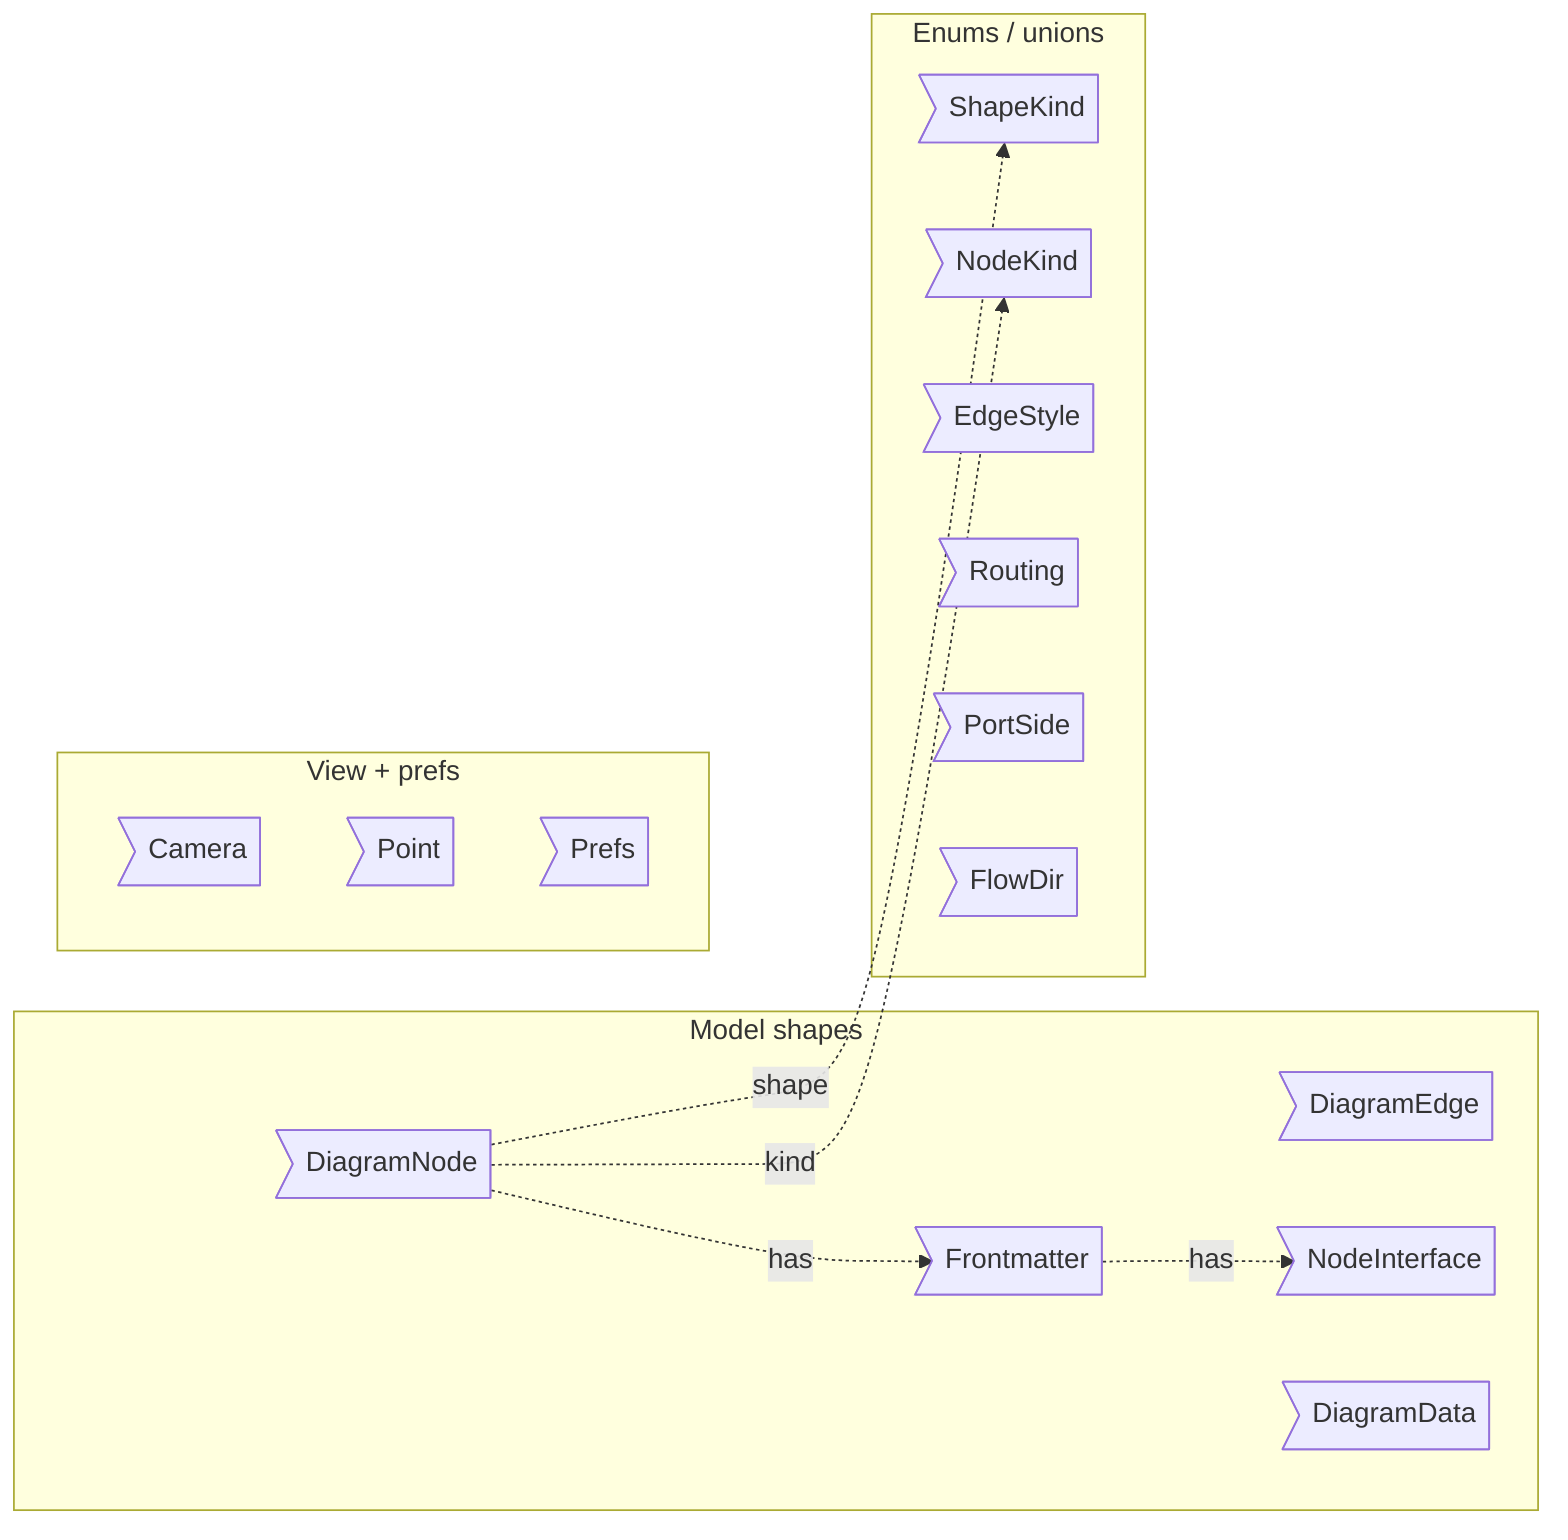
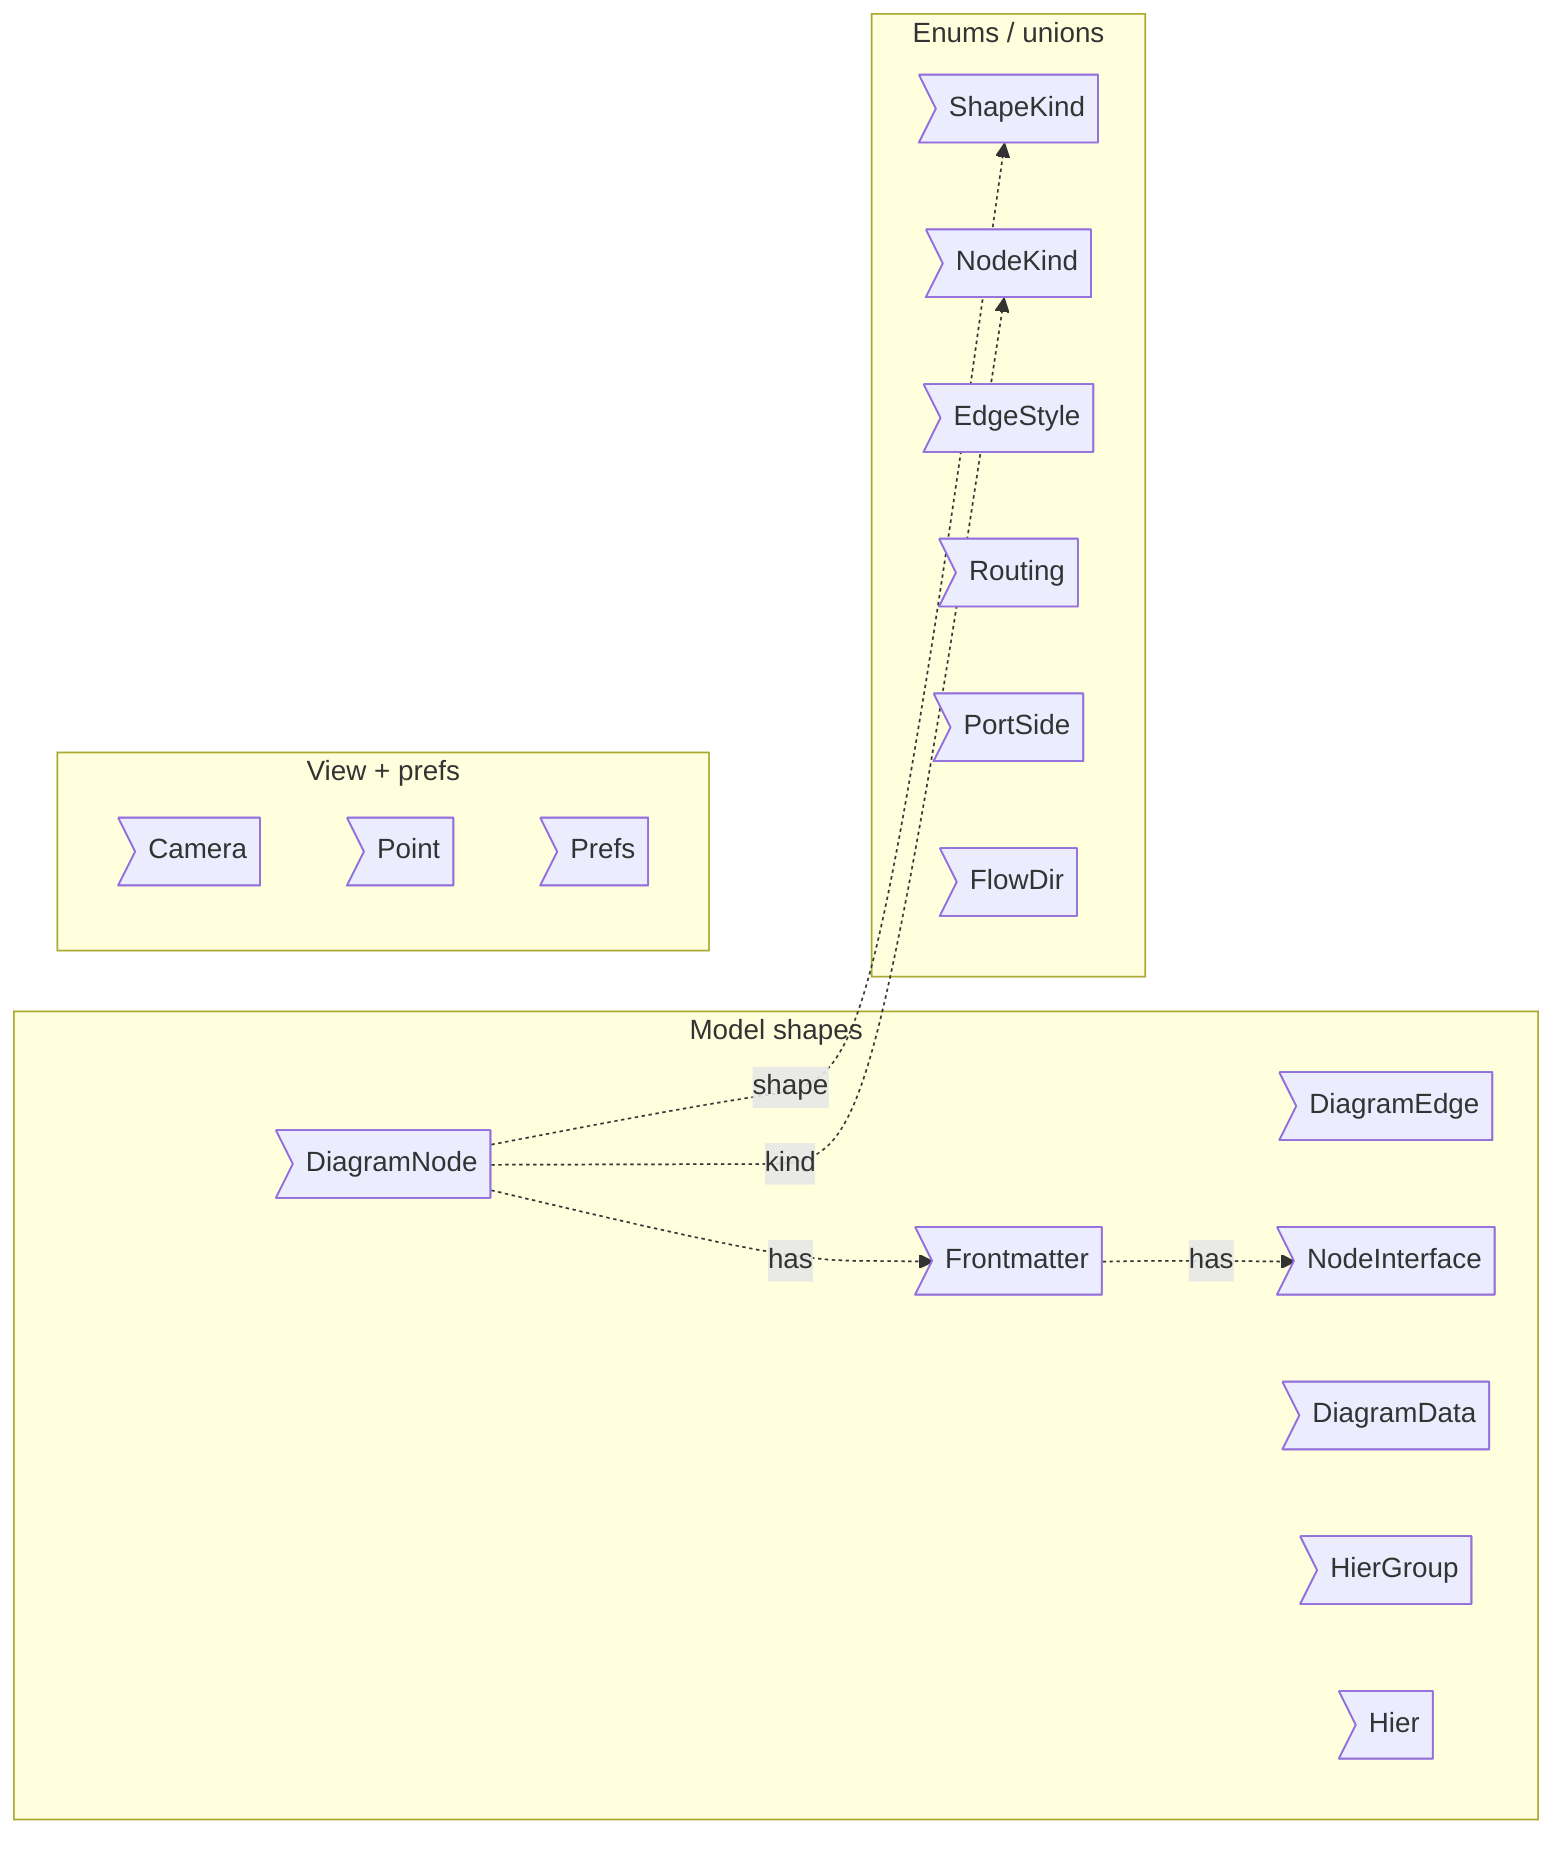
flowchart LR
%% root types

%% src DiagramNode src/core/types/types.ts#DiagramNode
%% kind DiagramNode type
%% fm:meta DiagramNode name=DiagramNode
%% fm:meta DiagramNode desc=one diagram node: id, label, shape, kind, colour, geometry, frontmatter, parent
%% fm:meta DiagramNode state=shape: ShapeKind
%% fm:meta DiagramNode state=kind: NodeKind | null
%% fm:meta DiagramNode state=fm: Frontmatter

%% src DiagramEdge src/core/types/types.ts#DiagramEdge
%% kind DiagramEdge type
%% fm:meta DiagramEdge name=DiagramEdge
%% fm:meta DiagramEdge desc=one edge: from, to, label, style, routing, optional label/bend positions
%% fm:meta DiagramEdge state=style: EdgeStyle
%% fm:meta DiagramEdge state=routing: Routing

%% src NodeInterface src/core/types/types.ts#NodeInterface
%% kind NodeInterface type
%% fm:meta NodeInterface name=NodeInterface
%% fm:meta NodeInterface desc=one public interface a node exposes: name, accepts, returns

%% src Frontmatter src/core/types/types.ts#Frontmatter
%% kind Frontmatter type
%% fm:meta Frontmatter name=Frontmatter
%% fm:meta Frontmatter desc=per-node public-interface metadata: name, description, state, interfaces
%% fm:meta Frontmatter state=interfaces: NodeInterface[]

%% src DiagramData src/core/types/types.ts#DiagramData
%% kind DiagramData type
%% fm:meta DiagramData name=DiagramData
%% fm:meta DiagramData desc=the persisted serialisable shape of a whole diagram (model only)
+ 
+ %% src HierGroup src/core/types/types.ts#HierGroup
+ %% kind HierGroup type
+ %% fm:meta HierGroup name=HierGroup
+ %% fm:meta HierGroup desc=a reading-mode grouping declared by %% group — hierarchy metadata above top-level nodes, never a canvas node
+ 
+ %% src Hier src/core/types/types.ts#Hier
+ %% kind Hier type
+ %% fm:meta Hier name=Hier
+ %% fm:meta Hier desc=the %% group / %% group-member overlay: group declarations plus node-to-group membership

%% src Camera src/core/types/types.ts#Camera
%% kind Camera type
%% fm:meta Camera name=Camera
%% fm:meta Camera desc=camera pan and zoom state: x, y, z

%% src Point src/core/types/types.ts#Point
%% kind Point type
%% fm:meta Point name=Point
%% fm:meta Point desc=a simple world-space point: x, y

%% src Prefs src/core/types/types.ts#Prefs
%% kind Prefs type
%% fm:meta Prefs name=Prefs
%% fm:meta Prefs desc=user preferences persisted separately: theme, font, grid, snap, routing, card width

%% kind ShapeKind type
%% fm:meta ShapeKind name=ShapeKind
%% fm:meta ShapeKind desc=visual node form union (rect, round, stadium, cylinder, diamond, circle, hex, note, group)

%% kind NodeKind type
%% fm:meta NodeKind name=NodeKind
%% fm:meta NodeKind desc=semantic construct union (component, hook, class, store, module, function, type, service, event)

%% kind EdgeStyle type
%% fm:meta EdgeStyle name=EdgeStyle
%% fm:meta EdgeStyle desc=edge style union: solid, dotted, thick

%% kind Routing type
%% fm:meta Routing name=Routing
%% fm:meta Routing desc=edge routing union: straight, ortho

%% kind PortSide type
%% fm:meta PortSide name=PortSide
%% fm:meta PortSide desc=node port side union: pt, pb, pl, pr

%% kind FlowDir type
%% fm:meta FlowDir name=FlowDir
%% fm:meta FlowDir desc=auto-layout flow direction union: TD, BT, LR, RL

%% parent ty_model types
%% parent ty_enums types
%% parent ty_view types

  subgraph ty_model ["Model shapes"]
    DiagramNode>"DiagramNode"]
    DiagramEdge>"DiagramEdge"]
    NodeInterface>"NodeInterface"]
    Frontmatter>"Frontmatter"]
    DiagramData>"DiagramData"]
+     HierGroup>"HierGroup"]
+     Hier>"Hier"]
  end
  subgraph ty_enums ["Enums / unions"]
    ShapeKind>"ShapeKind"]
    NodeKind>"NodeKind"]
    EdgeStyle>"EdgeStyle"]
    Routing>"Routing"]
    PortSide>"PortSide"]
    FlowDir>"FlowDir"]
  end
  subgraph ty_view ["View + prefs"]
    Camera>"Camera"]
    Point>"Point"]
    Prefs>"Prefs"]
  end

  DiagramNode -.->|has| Frontmatter
  Frontmatter -.->|has| NodeInterface
  DiagramNode -.->|shape| ShapeKind
  DiagramNode -.->|kind| NodeKind
